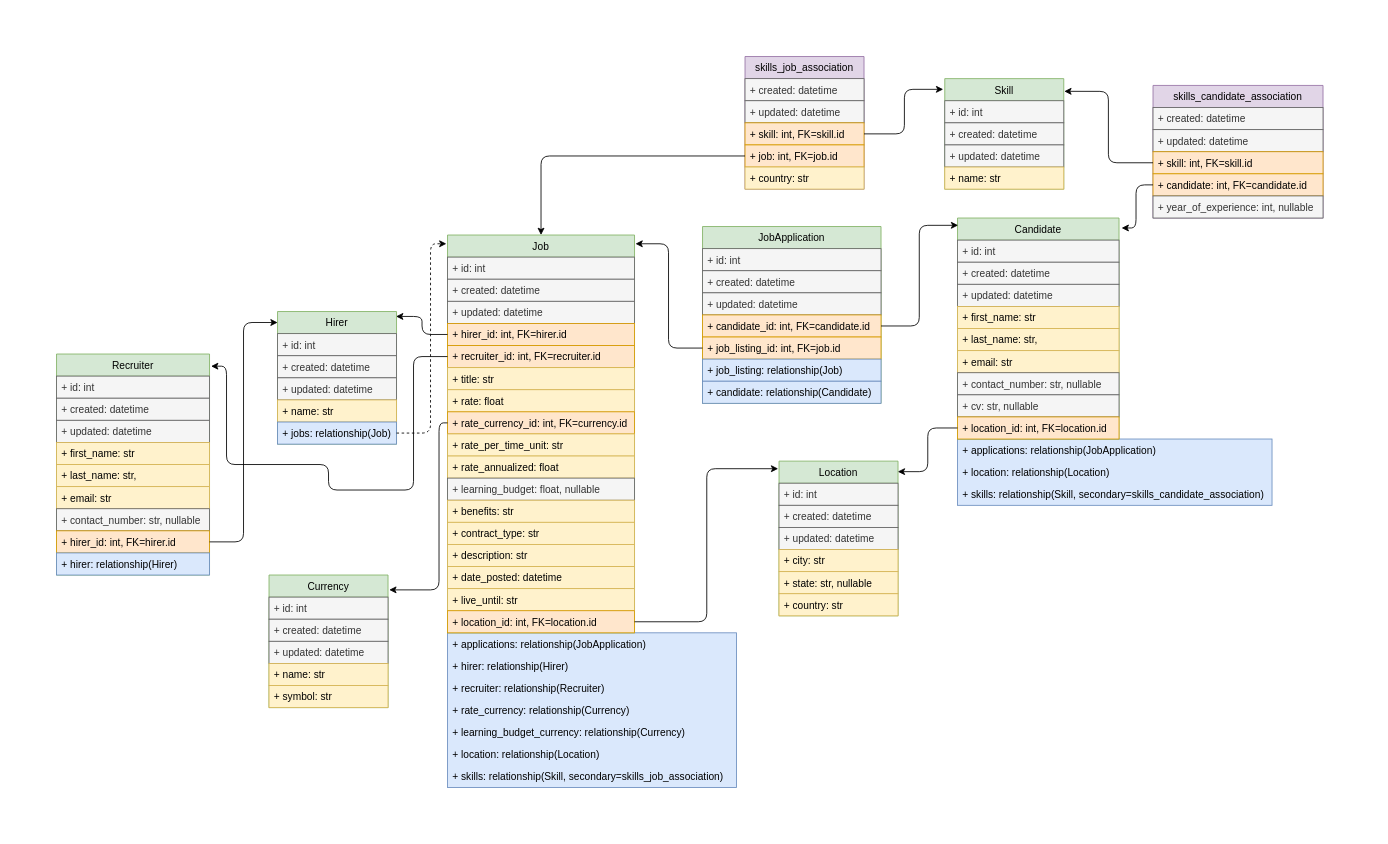
The draw.io diagram Untitled Diagram.drawio in abunuwas/conferences-images, before the edit. Source tidied: cells renumbered, new cells numbered last; positions are measured from the earlier drawing's top-left corner, leaving out a move shared by most shapes. Both pictures are drawn from the tidied source at 85%, with x=0, y=0 at pixel (56, 56).
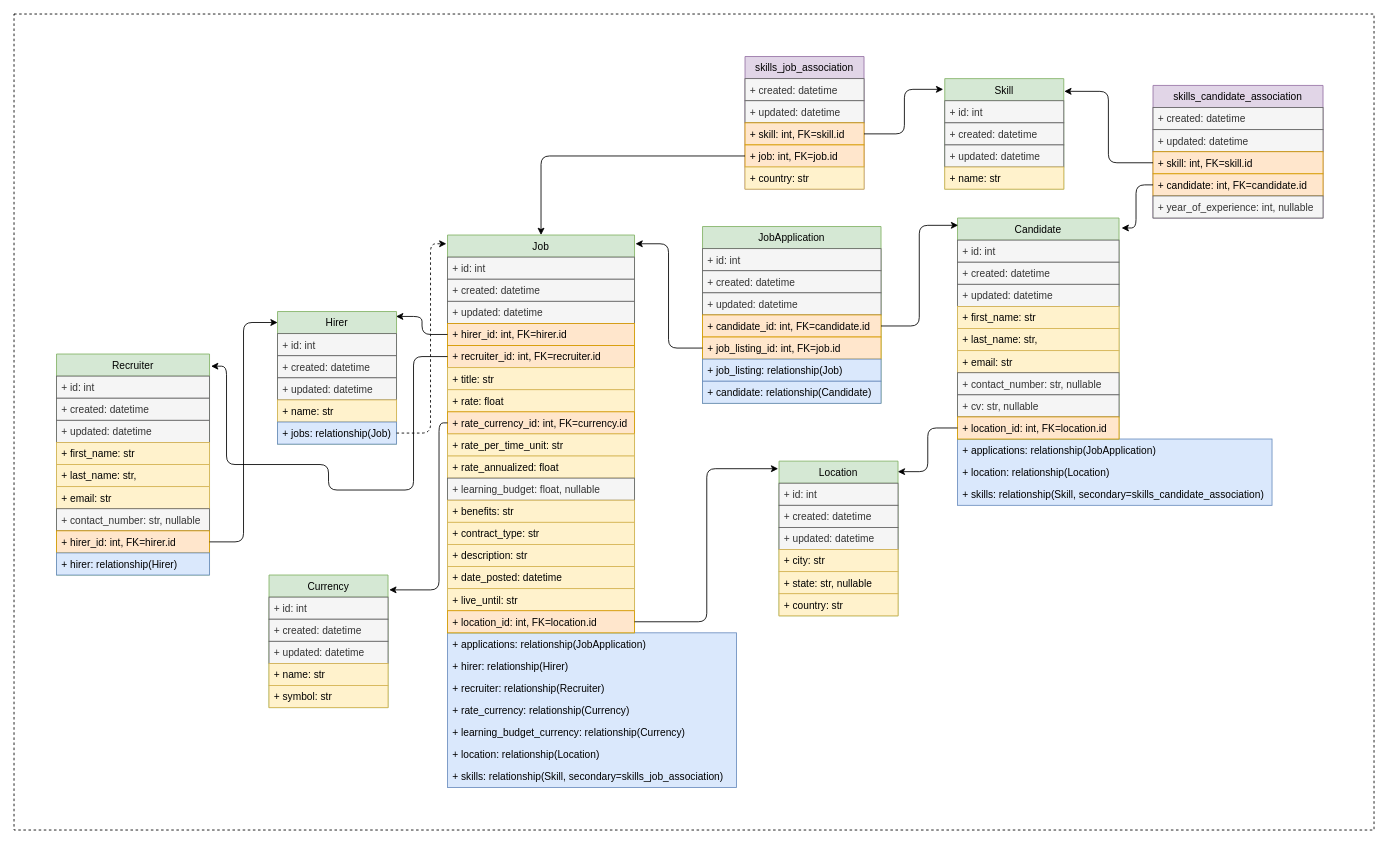
The same diagram, later.

Diff of the diagram source:
```diff
@@
+    <mxCell id="109" style="rounded=0;whiteSpace=wrap;html=1;dashed=1;" parent="1" vertex="1">
+      <mxGeometry x="-50" y="-50" width="1600" height="960" as="geometry" />
+    </mxCell>
```
